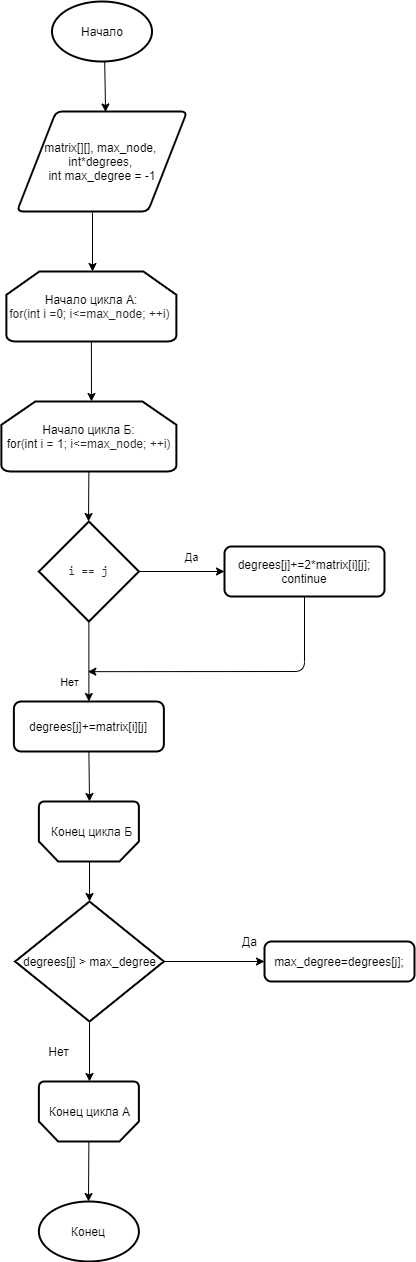
Before: scheme1.png, a diagram exported from draw.io (AlexKreyd/DZ4). Source tidied: cells renumbered, new cells last; positions are measured from the earlier drawing's top-left corner, leaving out a move shared by most shapes. Its diagram source:
```xml
<mxGraphModel>
  <root>
    <mxCell id="0" />
    <mxCell id="1" parent="0" />
    <mxCell id="2" style="endArrow=classic;html=1;exitX=0.5;exitY=1;exitDx=0;exitDy=0;exitPerimeter=0;entryX=0.521;entryY=0.005;entryDx=0;entryDy=0;entryPerimeter=0;" parent="1" edge="1" target="3">
      <mxGeometry relative="1" as="geometry">
        <mxPoint x="103" y="50" as="sourcePoint" />
      </mxGeometry>
    </mxCell>
    <mxCell id="3" value="&lt;font&gt;&lt;font style=&quot;font-size: 12px&quot;&gt;matrix[][], max_node, &lt;br&gt;&lt;/font&gt;&lt;font style=&quot;font-size: 12px&quot;&gt;int*degrees, &lt;br&gt;&lt;/font&gt;&lt;font style=&quot;font-size: 12px&quot;&gt;int max_degree = -1&lt;/font&gt;&lt;/font&gt;" style="shape=parallelogram;html=1;strokeWidth=2;perimeter=parallelogramPerimeter;whiteSpace=wrap;rounded=1;arcSize=12;size=0.23;" parent="1" vertex="1">
      <mxGeometry x="15.5" y="110" width="170" height="100" as="geometry" />
    </mxCell>
    <mxCell id="4" style="endArrow=classic;html=1;exitX=0.444;exitY=1.008;exitDx=0;exitDy=0;exitPerimeter=0;" parent="1" edge="1" source="3">
      <mxGeometry relative="1" as="geometry">
        <mxPoint x="91" y="270" as="targetPoint" />
      </mxGeometry>
    </mxCell>
    <mxCell id="5" value="&lt;font style=&quot;font-size: 12px&quot;&gt;Начало цикла А:&lt;br&gt;&lt;/font&gt;&lt;font style=&quot;font-size: 12px&quot;&gt;&lt;span class=&quot;pl-k&quot; style=&quot;color: rgb(36 , 41 , 46) ; box-sizing: border-box&quot;&gt;for&lt;/span&gt;&lt;span style=&quot;color: rgb(36 , 41 , 46)&quot;&gt;(&lt;/span&gt;&lt;span class=&quot;pl-k&quot; style=&quot;color: rgb(36 , 41 , 46) ; box-sizing: border-box&quot;&gt;int&lt;/span&gt;&lt;span style=&quot;color: rgb(36 , 41 , 46)&quot;&gt; i =&lt;/span&gt;&lt;span class=&quot;pl-c1&quot; style=&quot;color: rgb(36 , 41 , 46) ; box-sizing: border-box&quot;&gt;0&lt;/span&gt;&lt;span style=&quot;color: rgb(36 , 41 , 46)&quot;&gt;; i&amp;lt;=max_node; ++i)&amp;nbsp;&lt;/span&gt;&lt;/font&gt;" style="strokeWidth=2;html=1;shape=mxgraph.flowchart.loop_limit;whiteSpace=wrap;" parent="1" vertex="1">
      <mxGeometry x="4.9" y="270" width="170" height="70" as="geometry" />
    </mxCell>
    <mxCell id="6" style="endArrow=classic;html=1;exitX=0.5;exitY=1;exitDx=0;exitDy=0;exitPerimeter=0;" parent="1" edge="1" source="5">
      <mxGeometry relative="1" as="geometry">
        <mxPoint x="90" y="400" as="targetPoint" />
      </mxGeometry>
    </mxCell>
    <mxCell id="7" value="&lt;font&gt;&lt;font style=&quot;font-size: 12px&quot;&gt;Начало цикла Б:&lt;br&gt;&lt;/font&gt;&lt;font style=&quot;font-size: 12px&quot;&gt;&lt;span class=&quot;pl-k&quot; style=&quot;box-sizing: border-box&quot;&gt;for&lt;/span&gt;&lt;span style=&quot;color: rgb(36 , 41 , 46)&quot;&gt;(&lt;/span&gt;&lt;span class=&quot;pl-k&quot; style=&quot;box-sizing: border-box&quot;&gt;int&lt;/span&gt;&lt;span style=&quot;color: rgb(36 , 41 , 46)&quot;&gt; i = &lt;/span&gt;&lt;span class=&quot;pl-c1&quot; style=&quot;box-sizing: border-box&quot;&gt;1&lt;/span&gt;&lt;span style=&quot;color: rgb(36 , 41 , 46)&quot;&gt;; i&amp;lt;=max_node; ++i)&lt;/span&gt;&lt;/font&gt;&lt;span style=&quot;font-size: 11px&quot;&gt;&lt;br&gt;&lt;/span&gt;&lt;/font&gt;" style="strokeWidth=2;html=1;shape=mxgraph.flowchart.loop_limit;whiteSpace=wrap;" parent="1" vertex="1">
      <mxGeometry x="-0.1" y="400" width="175" height="70" as="geometry" />
    </mxCell>
    <mxCell id="8" value="&lt;pre style=&quot;box-sizing: border-box ; font-family: , &amp;#34;consolas&amp;#34; , &amp;#34;liberation mono&amp;#34; , &amp;#34;menlo&amp;#34; , monospace ; margin-top: 0px ; margin-bottom: 0px ; overflow-wrap: normal ; padding: 16px ; overflow: auto ; line-height: 1.45 ; border-radius: 6px ; word-break: normal ; color: rgb(36 , 41 , 46)&quot;&gt;&lt;font style=&quot;font-size: 12px&quot;&gt;i == j&lt;/font&gt;&lt;/pre&gt;" style="strokeWidth=2;html=1;shape=mxgraph.flowchart.decision;whiteSpace=wrap;" parent="1" vertex="1">
      <mxGeometry x="37.4" y="520" width="100" height="100" as="geometry" />
    </mxCell>
    <mxCell id="9" style="endArrow=classic;html=1;exitX=0.5;exitY=1;exitDx=0;exitDy=0;exitPerimeter=0;entryX=0.5;entryY=0;entryDx=0;entryDy=0;" parent="1" edge="1" source="8" target="16">
      <mxGeometry relative="1" as="geometry" />
    </mxCell>
    <mxCell id="10" value="&lt;font style=&quot;font-size: 11px&quot;&gt;Нет&lt;/font&gt;" style="text;html=1;align=center;verticalAlign=middle;points=[];" parent="1" vertex="1">
      <mxGeometry x="53" y="670" width="30" height="20" as="geometry" />
    </mxCell>
    <mxCell id="11" style="endArrow=classic;html=1;exitX=0.5;exitY=1;exitDx=0;exitDy=0;exitPerimeter=0;" parent="1" edge="1" source="7">
      <mxGeometry relative="1" as="geometry">
        <mxPoint x="87" y="520" as="targetPoint" />
      </mxGeometry>
    </mxCell>
    <mxCell id="12" style="endArrow=classic;html=1;exitX=1;exitY=0.5;exitDx=0;exitDy=0;exitPerimeter=0;entryX=0;entryY=0.5;entryDx=0;entryDy=0;" parent="1" edge="1" source="8" target="14">
      <mxGeometry relative="1" as="geometry" />
    </mxCell>
    <mxCell id="13" value="&lt;span style=&quot;font-size: 11px&quot;&gt;Да&lt;/span&gt;" style="text;html=1;align=center;verticalAlign=middle;" parent="1" vertex="1">
      <mxGeometry x="174.9" y="545" width="30" height="20" as="geometry" />
    </mxCell>
    <mxCell id="14" value="degrees[j]+=2*matrix[i][j];&lt;br&gt;continue" style="rounded=1;whiteSpace=wrap;html=1;absoluteArcSize=1;arcSize=14;strokeWidth=2;" parent="1" vertex="1">
      <mxGeometry x="223" y="545" width="160" height="50" as="geometry" />
    </mxCell>
    <mxCell id="15" style="endArrow=classic;html=1;exitX=0.5;exitY=1;exitDx=0;exitDy=0;entryX=1.111;entryY=0.008;entryDx=0;entryDy=0;entryPerimeter=0;" parent="1" edge="1" source="14" target="10">
      <mxGeometry relative="1" as="geometry">
        <Array as="points">
          <mxPoint x="303" y="670" />
        </Array>
      </mxGeometry>
    </mxCell>
    <mxCell id="16" value="degrees[j]+=matrix[i][j]" style="rounded=1;whiteSpace=wrap;html=1;absoluteArcSize=1;arcSize=14;strokeWidth=2;" parent="1" vertex="1">
      <mxGeometry x="12.4" y="700" width="150" height="50" as="geometry" />
    </mxCell>
    <mxCell id="17" style="endArrow=classic;html=1;exitX=0.5;exitY=1;exitDx=0;exitDy=0;entryX=0.5;entryY=0;entryDx=0;entryDy=0;" parent="1" edge="1" source="16">
      <mxGeometry relative="1" as="geometry">
        <mxPoint x="88" y="800" as="targetPoint" />
      </mxGeometry>
    </mxCell>
    <mxCell id="18" style="endArrow=classic;html=1;exitX=0.5;exitY=1;exitDx=0;exitDy=0;" parent="1" edge="1" target="19">
      <mxGeometry relative="1" as="geometry">
        <mxPoint x="88" y="850" as="sourcePoint" />
      </mxGeometry>
    </mxCell>
    <mxCell id="19" value="degrees[j] &amp;gt; max_degree" style="strokeWidth=2;html=1;shape=mxgraph.flowchart.decision;whiteSpace=wrap;" parent="1" vertex="1">
      <mxGeometry x="13.6" y="900" width="148.8" height="120" as="geometry" />
    </mxCell>
    <mxCell id="20" style="endArrow=classic;html=1;exitX=0.5;exitY=1;exitDx=0;exitDy=0;exitPerimeter=0;" parent="1" edge="1" source="19">
      <mxGeometry relative="1" as="geometry">
        <mxPoint x="88" y="1080" as="targetPoint" />
      </mxGeometry>
    </mxCell>
    <mxCell id="21" style="strokeWidth=2;html=1;shape=mxgraph.flowchart.loop_limit;whiteSpace=wrap;rotation=-180;" parent="1" vertex="1">
      <mxGeometry x="37.4" y="800" width="100" height="60" as="geometry" />
    </mxCell>
    <mxCell id="22" value="Конец цикла Б" style="text;html=1;align=center;verticalAlign=middle;" parent="1" vertex="1">
      <mxGeometry x="39.9" y="820" width="100" height="20" as="geometry" />
    </mxCell>
    <mxCell id="23" style="endArrow=classic;html=1;exitX=1;exitY=0.5;exitDx=0;exitDy=0;exitPerimeter=0;" parent="1" edge="1" source="19" target="24">
      <mxGeometry relative="1" as="geometry" />
    </mxCell>
    <mxCell id="24" value="max_degree=degrees[j];" style="rounded=1;whiteSpace=wrap;html=1;absoluteArcSize=1;arcSize=14;strokeWidth=2;" parent="1" vertex="1">
      <mxGeometry x="263" y="940" width="150" height="40" as="geometry" />
    </mxCell>
    <mxCell id="25" value="Да" style="text;html=1;align=center;verticalAlign=middle;" parent="1" vertex="1">
      <mxGeometry x="233" y="930" width="30" height="20" as="geometry" />
    </mxCell>
    <mxCell id="26" value="Нет" style="text;html=1;align=center;verticalAlign=middle;" parent="1" vertex="1">
      <mxGeometry x="37.4" y="1040" width="40" height="20" as="geometry" />
    </mxCell>
    <mxCell id="27" style="strokeWidth=2;html=1;shape=mxgraph.flowchart.loop_limit;whiteSpace=wrap;rotation=-180;" parent="1" vertex="1">
      <mxGeometry x="37.4" y="1080" width="100" height="60" as="geometry" />
    </mxCell>
    <mxCell id="28" value="Конец цикла А" style="text;html=1;align=center;verticalAlign=middle;" parent="1" vertex="1">
      <mxGeometry x="38" y="1100" width="100" height="20" as="geometry" />
    </mxCell>
    <mxCell id="29" style="endArrow=classic;html=1;exitX=0.5;exitY=0;exitDx=0;exitDy=0;exitPerimeter=0;" parent="1" edge="1" source="27">
      <mxGeometry relative="1" as="geometry">
        <mxPoint x="87" y="1200" as="targetPoint" />
      </mxGeometry>
    </mxCell>
    <mxCell id="30" value="Конец" style="strokeWidth=2;html=1;shape=mxgraph.flowchart.start_1;whiteSpace=wrap;" parent="1" vertex="1">
      <mxGeometry x="37.4" y="1200" width="100" height="60" as="geometry" />
    </mxCell>
    <mxCell id="31" value="Начало" style="strokeWidth=2;html=1;shape=mxgraph.flowchart.start_1;whiteSpace=wrap;" parent="1" vertex="1">
      <mxGeometry x="50.5" width="100" height="60" as="geometry" />
    </mxCell>
  </root>
</mxGraphModel>
```
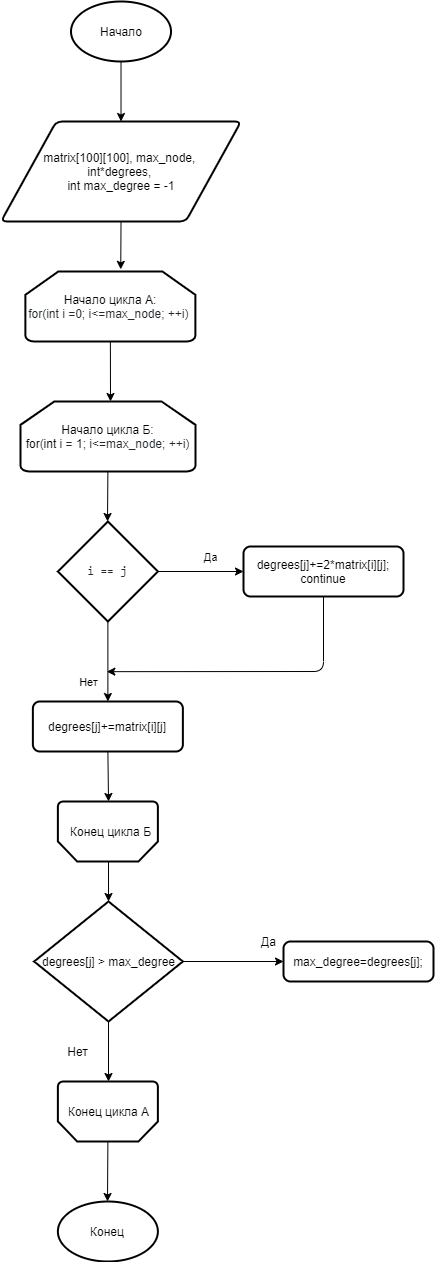
After the commit.

Change to the diagram source:
```diff
@@ -2,19 +2,9 @@
   <root>
     <mxCell id="0" />
     <mxCell id="1" parent="0" />
-    <mxCell id="2" style="endArrow=classic;html=1;exitX=0.5;exitY=1;exitDx=0;exitDy=0;exitPerimeter=0;entryX=0.521;entryY=0.005;entryDx=0;entryDy=0;entryPerimeter=0;" parent="1" edge="1" target="3">
-      <mxGeometry relative="1" as="geometry">
-        <mxPoint x="103" y="50" as="sourcePoint" />
-      </mxGeometry>
-    </mxCell>
-    <mxCell id="3" value="&lt;font&gt;&lt;font style=&quot;font-size: 12px&quot;&gt;matrix[][], max_node, &lt;br&gt;&lt;/font&gt;&lt;font style=&quot;font-size: 12px&quot;&gt;int*degrees, &lt;br&gt;&lt;/font&gt;&lt;font style=&quot;font-size: 12px&quot;&gt;int max_degree = -1&lt;/font&gt;&lt;/font&gt;" style="shape=parallelogram;html=1;strokeWidth=2;perimeter=parallelogramPerimeter;whiteSpace=wrap;rounded=1;arcSize=12;size=0.23;" parent="1" vertex="1">
-      <mxGeometry x="15.5" y="110" width="170" height="100" as="geometry" />
+    <mxCell id="3" value="&lt;font&gt;&lt;font style=&quot;font-size: 12px&quot;&gt;matrix[100][100], max_node, &lt;br&gt;&lt;/font&gt;&lt;font style=&quot;font-size: 12px&quot;&gt;int*degrees, &lt;br&gt;&lt;/font&gt;&lt;font style=&quot;font-size: 12px&quot;&gt;int max_degree = -1&lt;/font&gt;&lt;/font&gt;" style="shape=parallelogram;html=1;strokeWidth=2;perimeter=parallelogramPerimeter;whiteSpace=wrap;rounded=1;arcSize=12;size=0.23;" parent="1" vertex="1">
+      <mxGeometry x="-19.5" y="120" width="240" height="100" as="geometry" />
     </mxCell>
-    <mxCell id="4" style="endArrow=classic;html=1;exitX=0.444;exitY=1.008;exitDx=0;exitDy=0;exitPerimeter=0;" parent="1" edge="1" source="3">
-      <mxGeometry relative="1" as="geometry">
-        <mxPoint x="91" y="270" as="targetPoint" />
-      </mxGeometry>
-    </mxCell>
     <mxCell id="5" value="&lt;font style=&quot;font-size: 12px&quot;&gt;Начало цикла А:&lt;br&gt;&lt;/font&gt;&lt;font style=&quot;font-size: 12px&quot;&gt;&lt;span class=&quot;pl-k&quot; style=&quot;color: rgb(36 , 41 , 46) ; box-sizing: border-box&quot;&gt;for&lt;/span&gt;&lt;span style=&quot;color: rgb(36 , 41 , 46)&quot;&gt;(&lt;/span&gt;&lt;span class=&quot;pl-k&quot; style=&quot;color: rgb(36 , 41 , 46) ; box-sizing: border-box&quot;&gt;int&lt;/span&gt;&lt;span style=&quot;color: rgb(36 , 41 , 46)&quot;&gt; i =&lt;/span&gt;&lt;span class=&quot;pl-c1&quot; style=&quot;color: rgb(36 , 41 , 46) ; box-sizing: border-box&quot;&gt;0&lt;/span&gt;&lt;span style=&quot;color: rgb(36 , 41 , 46)&quot;&gt;; i&amp;lt;=max_node; ++i)&amp;nbsp;&lt;/span&gt;&lt;/font&gt;" style="strokeWidth=2;html=1;shape=mxgraph.flowchart.loop_limit;whiteSpace=wrap;" parent="1" vertex="1">
       <mxGeometry x="4.9" y="270" width="170" height="70" as="geometry" />
     </mxCell>
@@ -112,5 +102,11 @@
     <mxCell id="31" value="Начало" style="strokeWidth=2;html=1;shape=mxgraph.flowchart.start_1;whiteSpace=wrap;" parent="1" vertex="1">
       <mxGeometry x="50.5" width="100" height="60" as="geometry" />
     </mxCell>
+    <mxCell id="32" style="endArrow=classic;html=1;exitX=0.5;exitY=1;exitDx=0;exitDy=0;exitPerimeter=0;entryX=0.5;entryY=0;entryDx=0;entryDy=0;" parent="1" edge="1" source="31" target="3">
+      <mxGeometry relative="1" as="geometry" />
+    </mxCell>
+    <mxCell id="33" style="endArrow=classic;html=1;exitX=0.5;exitY=1;exitDx=0;exitDy=0;entryX=0.561;entryY=-0.031;entryDx=0;entryDy=0;entryPerimeter=0;" parent="1" edge="1" source="3" target="5">
+      <mxGeometry relative="1" as="geometry" />
+    </mxCell>
   </root>
 </mxGraphModel>
```
